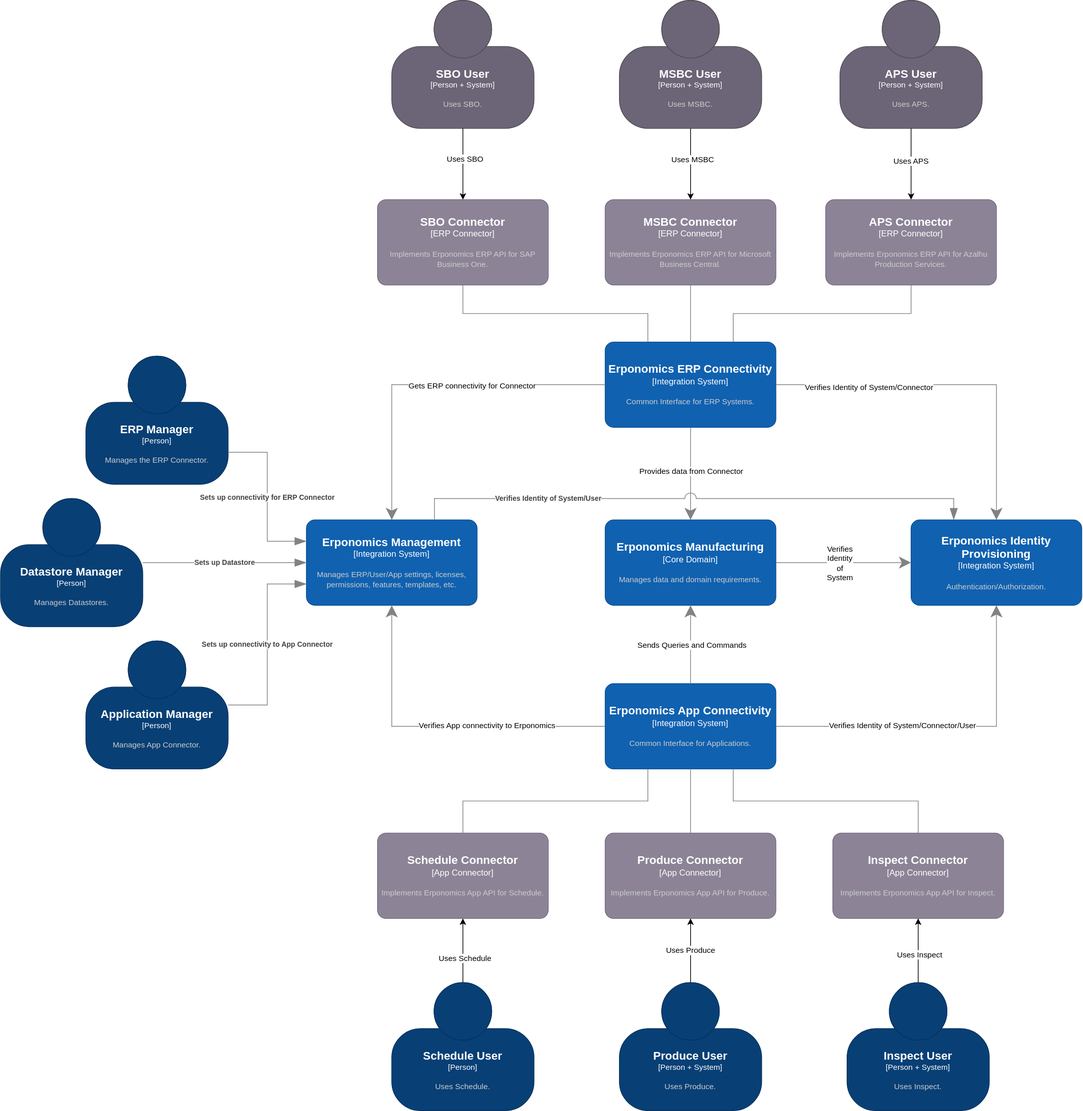
Earlier version of the draw.io export diagrams/erponomics-architecture.drawio.svg (azalhu/erponomics). Source tidied: cells renumbered, new cells last; positions are measured from the earlier drawing's top-left corner, leaving out a move shared by most shapes.
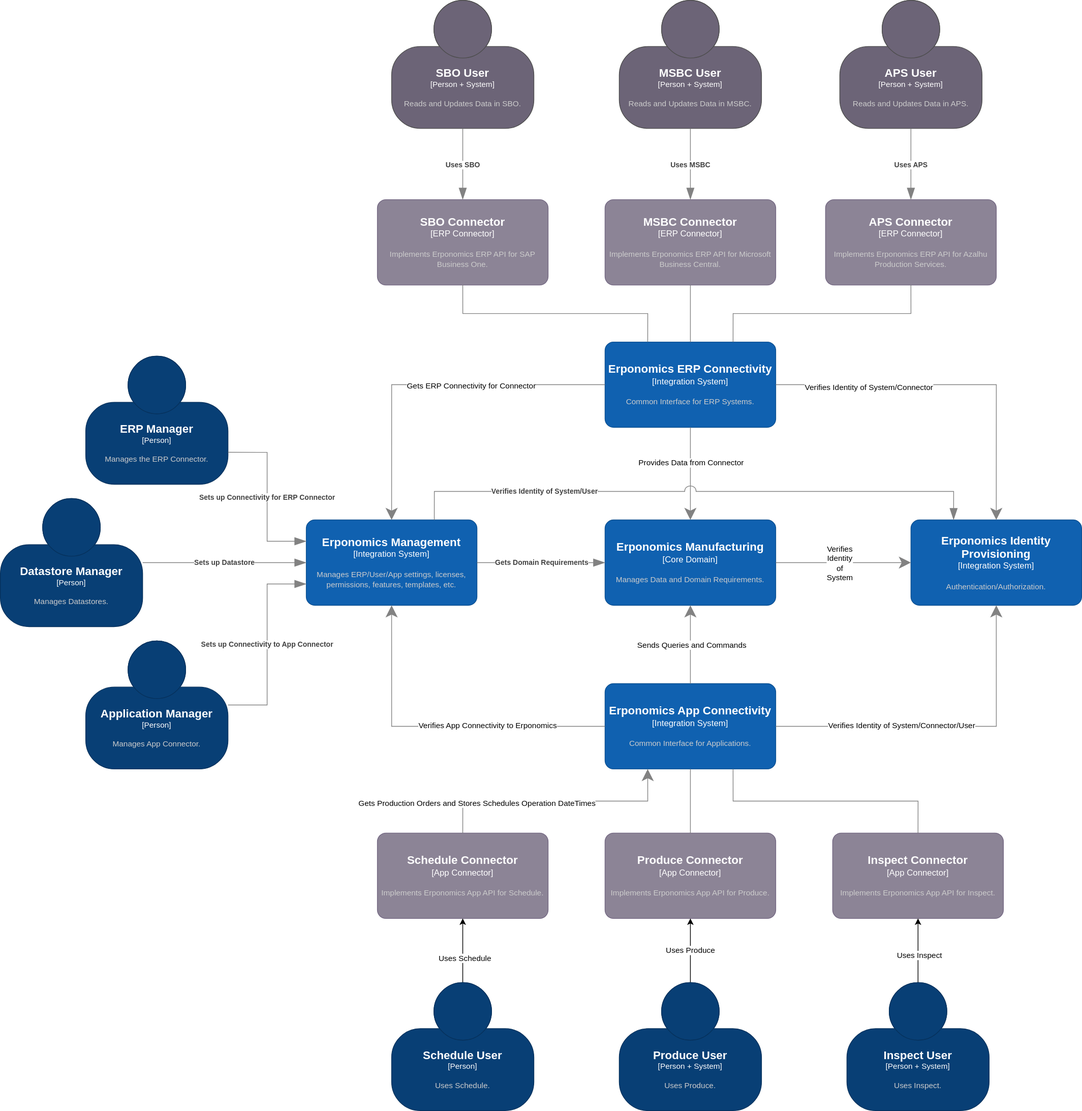
After the commit.

The edit, as a diff of the source:
```diff
@@ -2,7 +2,7 @@
   <root>
     <mxCell id="0" />
     <mxCell id="1" parent="0" />
-    <object id="2" label="&lt;font style=&quot;font-size: 16px&quot;&gt;&lt;b&gt;%c4Name%&lt;/b&gt;&lt;/font&gt;&lt;div&gt;[%c4Type%]&lt;/div&gt;&lt;br&gt;&lt;div&gt;&lt;font style=&quot;font-size: 11px&quot;&gt;&lt;font color=&quot;#cccccc&quot;&gt;%c4Description%&lt;/font&gt;&lt;/div&gt;" c4Description="Manages data and domain requirements." c4Name="Erponomics Manufacturing" c4Type="Core Domain" placeholders="1">
+    <object id="2" label="&lt;font style=&quot;font-size: 16px&quot;&gt;&lt;b&gt;%c4Name%&lt;/b&gt;&lt;/font&gt;&lt;div&gt;[%c4Type%]&lt;/div&gt;&lt;br&gt;&lt;div&gt;&lt;font style=&quot;font-size: 11px&quot;&gt;&lt;font color=&quot;#cccccc&quot;&gt;%c4Description%&lt;/font&gt;&lt;/div&gt;" c4Description="Manages Data and Domain Requirements." c4Name="Erponomics Manufacturing" c4Type="Core Domain" placeholders="1">
       <mxCell style="rounded=1;whiteSpace=wrap;html=1;labelBackgroundColor=none;fillColor=#1061B0;fontColor=#ffffff;align=center;arcSize=10;strokeColor=#0D5091;points=[[0.25,0,0],[0.5,0,0],[0.75,0,0],[1,0.25,0],[1,0.5,0],[1,0.75,0],[0.75,1,0],[0.5,1,0],[0.25,1,0],[0,0.75,0],[0,0.5,0],[0,0.25,0]];" parent="1" vertex="1">
         <mxGeometry x="850" y="730" width="240" height="120" as="geometry" />
       </mxCell>
@@ -77,9 +77,9 @@
         <mxGeometry relative="1" as="geometry" />
       </mxCell>
     </object>
-    <mxCell id="17" value="Provides data from Connector" style="edgeLabel;html=1;align=center;verticalAlign=middle;" parent="16" vertex="1">
+    <mxCell id="17" value="Provides Data from Connector" style="edgeLabel;html=1;align=center;verticalAlign=middle;" parent="16" vertex="1">
       <mxGeometry x="0.09" relative="1" as="geometry">
-        <mxPoint y="-11" as="offset" />
+        <mxPoint y="-21" as="offset" />
       </mxGeometry>
     </mxCell>
     <object id="18" label="" c4Type="Relationship" placeholders="1">
@@ -111,16 +111,21 @@
       </mxCell>
     </object>
     <object id="24" label="" c4Type="Relationship" placeholders="1">
-      <mxCell style="endArrow=none;html=1;fontSize=10;fontColor=#404040;strokeWidth=1;endFill=0;strokeColor=#828282;elbow=vertical;endSize=14;startSize=14;jumpStyle=arc;jumpSize=16;rounded=0;edgeStyle=orthogonalEdgeStyle;entryX=0.5;entryY=0;entryDx=0;entryDy=0;entryPerimeter=0;exitX=0.25;exitY=1;exitDx=0;exitDy=0;exitPerimeter=0;" parent="1" edge="1" source="4" target="10">
+      <mxCell style="endArrow=classic;html=1;fontSize=10;fontColor=#404040;strokeWidth=1;endFill=1;strokeColor=#828282;elbow=vertical;endSize=14;startSize=14;jumpStyle=arc;jumpSize=16;rounded=0;edgeStyle=orthogonalEdgeStyle;entryX=0.25;entryY=1;entryDx=0;entryDy=0;entryPerimeter=0;exitX=0.5;exitY=0;exitDx=0;exitDy=0;exitPerimeter=0;" parent="1" edge="1" source="10" target="4">
         <mxGeometry relative="1" as="geometry" />
       </mxCell>
     </object>
+    <mxCell id="57" value="Gets Production Orders and Stores Schedules Operation DateTimes" style="edgeLabel;html=1;align=center;verticalAlign=middle;" parent="24" vertex="1">
+      <mxGeometry x="0.09" y="-2" relative="1" as="geometry">
+        <mxPoint x="-126" as="offset" />
+      </mxGeometry>
+    </mxCell>
     <object id="25" label="" c4Type="Relationship" placeholders="1">
       <mxCell style="endArrow=classic;html=1;fontSize=10;fontColor=#404040;strokeWidth=1;endFill=1;strokeColor=#828282;elbow=vertical;endSize=14;startSize=14;jumpStyle=arc;jumpSize=16;rounded=0;edgeStyle=orthogonalEdgeStyle;exitX=0;exitY=0.5;exitDx=0;exitDy=0;exitPerimeter=0;entryX=0.5;entryY=1;entryDx=0;entryDy=0;entryPerimeter=0;" parent="1" edge="1" source="4" target="5">
         <mxGeometry relative="1" as="geometry" />
       </mxCell>
     </object>
-    <mxCell id="26" value="Verifies App connectivity to Erponomics" style="edgeLabel;html=1;align=center;verticalAlign=middle;" parent="25" vertex="1">
+    <mxCell id="26" value="Verifies App Connectivity to Erponomics" style="edgeLabel;html=1;align=center;verticalAlign=middle;" parent="25" vertex="1">
       <mxGeometry x="-0.29" y="-2" relative="1" as="geometry" />
     </mxCell>
     <object id="27" label="" c4Type="Relationship" placeholders="1">
@@ -136,7 +141,7 @@
         <mxGeometry relative="1" as="geometry" />
       </mxCell>
     </object>
-    <mxCell id="30" value="Gets ERP connectivity for Connector" style="edgeLabel;html=1;align=center;verticalAlign=middle;" parent="29" vertex="1">
+    <mxCell id="30" value="Gets ERP Connectivity for Connector" style="edgeLabel;html=1;align=center;verticalAlign=middle;" parent="29" vertex="1">
       <mxGeometry x="-0.23" y="1" relative="1" as="geometry" />
     </mxCell>
     <object id="31" label="" c4Type="Relationship" placeholders="1">
@@ -162,39 +167,21 @@
     <mxCell id="37" value="Uses Inspect" style="edgeLabel;html=1;align=center;verticalAlign=middle;" parent="36" vertex="1">
       <mxGeometry x="-0.13" y="-1" relative="1" as="geometry" />
     </mxCell>
-    <object id="38" label="&lt;font style=&quot;font-size: 16px&quot;&gt;&lt;b&gt;%c4Name%&lt;/b&gt;&lt;/font&gt;&lt;div&gt;[%c4Type%]&lt;/div&gt;&lt;br&gt;&lt;div&gt;&lt;font style=&quot;font-size: 11px&quot;&gt;&lt;font color=&quot;#cccccc&quot;&gt;%c4Description%&lt;/font&gt;&lt;/div&gt;" c4Description="Uses SBO." c4Name="SBO User" c4Type="Person + System" placeholders="1">
+    <object id="38" label="&lt;font style=&quot;font-size: 16px&quot;&gt;&lt;b&gt;%c4Name%&lt;/b&gt;&lt;/font&gt;&lt;div&gt;[%c4Type%]&lt;/div&gt;&lt;br&gt;&lt;div&gt;&lt;font style=&quot;font-size: 11px&quot;&gt;&lt;font color=&quot;#cccccc&quot;&gt;%c4Description%&lt;/font&gt;&lt;/div&gt;" c4Description="Reads and Updates Data in SBO." c4Name="SBO User" c4Type="Person + System" placeholders="1">
       <mxCell style="html=1;fontSize=11;dashed=0;whiteSpace=wrap;fillColor=#6C6477;strokeColor=#4D4D4D;fontColor=#ffffff;shape=mxgraph.c4.person2;align=center;points=[[0.5,0,0],[1,0.5,0],[1,0.75,0],[0.75,1,0],[0.5,1,0],[0.25,1,0],[0,0.75,0],[0,0.5,0]];" parent="1" vertex="1">
         <mxGeometry x="550" width="200" height="180" as="geometry" />
       </mxCell>
     </object>
-    <mxCell id="39" style="edgeStyle=orthogonalEdgeStyle;rounded=0;jettySize=auto;html=1;exitX=0.5;exitY=1;exitDx=0;exitDy=0;exitPerimeter=0;entryX=0.5;entryY=0;entryDx=0;entryDy=0;entryPerimeter=0;" parent="1" edge="1" source="38" target="7">
-      <mxGeometry relative="1" as="geometry" />
-    </mxCell>
-    <mxCell id="40" value="Uses SBO" style="edgeLabel;html=1;align=center;verticalAlign=middle;" parent="39" vertex="1">
-      <mxGeometry x="-0.16" y="2" relative="1" as="geometry" />
-    </mxCell>
-    <object id="41" label="&lt;font style=&quot;font-size: 16px&quot;&gt;&lt;b&gt;%c4Name%&lt;/b&gt;&lt;/font&gt;&lt;div&gt;[%c4Type%]&lt;/div&gt;&lt;br&gt;&lt;div&gt;&lt;font style=&quot;font-size: 11px&quot;&gt;&lt;font color=&quot;#cccccc&quot;&gt;%c4Description%&lt;/font&gt;&lt;/div&gt;" c4Description="Uses MSBC." c4Name="MSBC User" c4Type="Person + System" placeholders="1">
+    <object id="41" label="&lt;font style=&quot;font-size: 16px&quot;&gt;&lt;b&gt;%c4Name%&lt;/b&gt;&lt;/font&gt;&lt;div&gt;[%c4Type%]&lt;/div&gt;&lt;br&gt;&lt;div&gt;&lt;font style=&quot;font-size: 11px&quot;&gt;&lt;font color=&quot;#cccccc&quot;&gt;%c4Description%&lt;/font&gt;&lt;/div&gt;" c4Description="Reads and Updates Data in MSBC." c4Name="MSBC User" c4Type="Person + System" placeholders="1">
       <mxCell style="html=1;fontSize=11;dashed=0;whiteSpace=wrap;fillColor=#6C6477;strokeColor=#4D4D4D;fontColor=#ffffff;shape=mxgraph.c4.person2;align=center;points=[[0.5,0,0],[1,0.5,0],[1,0.75,0],[0.75,1,0],[0.5,1,0],[0.25,1,0],[0,0.75,0],[0,0.5,0]];" parent="1" vertex="1">
         <mxGeometry x="870" width="200" height="180" as="geometry" />
       </mxCell>
     </object>
-    <mxCell id="42" style="edgeStyle=orthogonalEdgeStyle;rounded=0;jettySize=auto;html=1;exitX=0.5;exitY=1;exitDx=0;exitDy=0;exitPerimeter=0;entryX=0.5;entryY=0;entryDx=0;entryDy=0;entryPerimeter=0;" parent="1" edge="1" source="41" target="8">
-      <mxGeometry relative="1" as="geometry" />
-    </mxCell>
-    <mxCell id="43" value="Uses MSBC" style="edgeLabel;html=1;align=center;verticalAlign=middle;" parent="42" vertex="1">
-      <mxGeometry x="-0.14" y="2" relative="1" as="geometry" />
-    </mxCell>
-    <object id="44" label="&lt;font style=&quot;font-size: 16px&quot;&gt;&lt;b&gt;%c4Name%&lt;/b&gt;&lt;/font&gt;&lt;div&gt;[%c4Type%]&lt;/div&gt;&lt;br&gt;&lt;div&gt;&lt;font style=&quot;font-size: 11px&quot;&gt;&lt;font color=&quot;#cccccc&quot;&gt;%c4Description%&lt;/font&gt;&lt;/div&gt;" c4Description="Uses APS." c4Name="APS User" c4Type="Person + System" placeholders="1">
+    <object id="44" label="&lt;font style=&quot;font-size: 16px&quot;&gt;&lt;b&gt;%c4Name%&lt;/b&gt;&lt;/font&gt;&lt;div&gt;[%c4Type%]&lt;/div&gt;&lt;br&gt;&lt;div&gt;&lt;font style=&quot;font-size: 11px&quot;&gt;&lt;font color=&quot;#cccccc&quot;&gt;%c4Description%&lt;/font&gt;&lt;/div&gt;" c4Description="Reads and Updates Data in APS." c4Name="APS User" c4Type="Person + System" placeholders="1">
       <mxCell style="html=1;fontSize=11;dashed=0;whiteSpace=wrap;fillColor=#6C6477;strokeColor=#4D4D4D;fontColor=#ffffff;shape=mxgraph.c4.person2;align=center;points=[[0.5,0,0],[1,0.5,0],[1,0.75,0],[0.75,1,0],[0.5,1,0],[0.25,1,0],[0,0.75,0],[0,0.5,0]];" parent="1" vertex="1">
         <mxGeometry x="1180" width="200" height="180" as="geometry" />
       </mxCell>
     </object>
-    <mxCell id="45" style="edgeStyle=orthogonalEdgeStyle;rounded=0;jettySize=auto;html=1;exitX=0.5;exitY=1;exitDx=0;exitDy=0;exitPerimeter=0;entryX=0.5;entryY=0;entryDx=0;entryDy=0;entryPerimeter=0;" parent="1" edge="1" source="44" target="9">
-      <mxGeometry relative="1" as="geometry" />
-    </mxCell>
-    <mxCell id="46" value="Uses APS" style="edgeLabel;html=1;align=center;verticalAlign=middle;" parent="45" vertex="1">
-      <mxGeometry x="-0.12" y="-1" relative="1" as="geometry" />
-    </mxCell>
     <object id="47" label="&lt;font style=&quot;font-size: 16px&quot;&gt;&lt;b&gt;%c4Name%&lt;/b&gt;&lt;/font&gt;&lt;div&gt;[%c4Type%]&lt;/div&gt;&lt;br&gt;&lt;div&gt;&lt;font style=&quot;font-size: 11px&quot;&gt;&lt;font color=&quot;#cccccc&quot;&gt;%c4Description%&lt;/font&gt;&lt;/div&gt;" c4Description="Uses Schedule." c4Name="Schedule User" c4Type="Person" placeholders="1">
       <mxCell style="html=1;fontSize=11;dashed=0;whiteSpace=wrap;fillColor=#083F75;strokeColor=#06315C;fontColor=#ffffff;shape=mxgraph.c4.person2;align=center;points=[[0.5,0,0],[1,0.5,0],[1,0.75,0],[0.75,1,0],[0.5,1,0],[0.25,1,0],[0,0.75,0],[0,0.5,0]];" parent="1" vertex="1">
         <mxGeometry x="550" y="1380" width="200" height="180" as="geometry" />
@@ -229,13 +216,13 @@
       <mxCell style="endArrow=blockThin;html=1;fontSize=10;fontColor=#404040;strokeWidth=1;endFill=1;strokeColor=#828282;elbow=vertical;endSize=14;startSize=14;jumpStyle=arc;jumpSize=16;rounded=0;edgeStyle=orthogonalEdgeStyle;exitX=0.75;exitY=0;exitDx=0;exitDy=0;exitPerimeter=0;entryX=0.25;entryY=0;entryDx=0;entryDy=0;entryPerimeter=0;" parent="1" edge="1" source="5" target="6">
         <mxGeometry x="-0.52" relative="1" as="geometry">
           <Array as="points">
-            <mxPoint x="610" y="700" />
-            <mxPoint x="1340" y="700" />
+            <mxPoint x="610" y="690" />
+            <mxPoint x="1340" y="690" />
           </Array>
         </mxGeometry>
       </mxCell>
     </object>
-    <object id="54" label="&lt;div style=&quot;text-align: left&quot;&gt;&lt;div style=&quot;text-align: center&quot;&gt;&lt;b&gt;%c4Description%&lt;/b&gt;&lt;/div&gt;" c4Description="Sets up connectivity for ERP Connector" c4Type="Relationship" placeholders="1">
+    <object id="54" label="&lt;div style=&quot;text-align: left&quot;&gt;&lt;div style=&quot;text-align: center&quot;&gt;&lt;b&gt;%c4Description%&lt;/b&gt;&lt;/div&gt;" c4Description="Sets up Connectivity for ERP Connector" c4Type="Relationship" placeholders="1">
       <mxCell style="endArrow=blockThin;html=1;fontSize=10;fontColor=#404040;strokeWidth=1;endFill=1;strokeColor=#828282;elbow=vertical;endSize=14;startSize=14;jumpStyle=arc;jumpSize=16;rounded=0;edgeStyle=orthogonalEdgeStyle;exitX=1;exitY=0.75;exitDx=0;exitDy=0;exitPerimeter=0;entryX=0;entryY=0.25;entryDx=0;entryDy=0;entryPerimeter=0;" parent="1" edge="1" source="50" target="5">
         <mxGeometry relative="1" as="geometry" />
       </mxCell>
@@ -245,10 +232,30 @@
         <mxGeometry relative="1" as="geometry" />
       </mxCell>
     </object>
-    <object id="56" label="&lt;div style=&quot;text-align: left&quot;&gt;&lt;div style=&quot;text-align: center&quot;&gt;&lt;b&gt;%c4Description%&lt;/b&gt;&lt;/div&gt;" c4Description="Sets up connectivity to App Connector" c4Type="Relationship" placeholders="1">
+    <object id="56" label="&lt;div style=&quot;text-align: left&quot;&gt;&lt;div style=&quot;text-align: center&quot;&gt;&lt;b&gt;%c4Description%&lt;/b&gt;&lt;/div&gt;" c4Description="Sets up Connectivity to App Connector" c4Type="Relationship" placeholders="1">
       <mxCell style="endArrow=blockThin;html=1;fontSize=10;fontColor=#404040;strokeWidth=1;endFill=1;strokeColor=#828282;elbow=vertical;endSize=14;startSize=14;jumpStyle=arc;jumpSize=16;rounded=0;edgeStyle=orthogonalEdgeStyle;exitX=1;exitY=0.5;exitDx=0;exitDy=0;exitPerimeter=0;entryX=0;entryY=0.75;entryDx=0;entryDy=0;entryPerimeter=0;" parent="1" edge="1" source="51" target="5">
         <mxGeometry relative="1" as="geometry" />
       </mxCell>
     </object>
+    <object id="58" label="&lt;div style=&quot;text-align: left&quot;&gt;&lt;div style=&quot;text-align: center&quot;&gt;&lt;b&gt;%c4Description%&lt;/b&gt;&lt;/div&gt;" c4Description="Gets Domain Requirements" c4Type="Relationship" placeholders="1">
+      <mxCell style="endArrow=blockThin;html=1;fontSize=10;fontColor=#404040;strokeWidth=1;endFill=1;strokeColor=#828282;elbow=vertical;endSize=14;startSize=14;jumpStyle=arc;jumpSize=16;rounded=0;edgeStyle=orthogonalEdgeStyle;exitX=1;exitY=0.5;exitDx=0;exitDy=0;exitPerimeter=0;entryX=0;entryY=0.5;entryDx=0;entryDy=0;entryPerimeter=0;" parent="1" edge="1" source="5" target="2">
+        <mxGeometry relative="1" as="geometry" />
+      </mxCell>
+    </object>
+    <object id="39" label="&lt;div style=&quot;text-align: left&quot;&gt;&lt;div style=&quot;text-align: center&quot;&gt;&lt;b&gt;%c4Description%&lt;/b&gt;&lt;/div&gt;" c4Description="Uses SBO" c4Type="Relationship" placeholders="1">
+      <mxCell style="endArrow=blockThin;html=1;fontSize=10;fontColor=#404040;strokeWidth=1;endFill=1;strokeColor=#828282;elbow=vertical;endSize=14;startSize=14;jumpStyle=arc;jumpSize=16;rounded=0;edgeStyle=orthogonalEdgeStyle;exitX=0.5;exitY=1;exitDx=0;exitDy=0;exitPerimeter=0;entryX=0.5;entryY=0;entryDx=0;entryDy=0;entryPerimeter=0;" parent="1" edge="1" source="38" target="7">
+        <mxGeometry relative="1" as="geometry" />
+      </mxCell>
+    </object>
+    <object id="42" label="&lt;div style=&quot;text-align: left&quot;&gt;&lt;div style=&quot;text-align: center&quot;&gt;&lt;b&gt;%c4Description%&lt;/b&gt;&lt;/div&gt;" c4Description="Uses MSBC" c4Type="Relationship" placeholders="1">
+      <mxCell style="endArrow=blockThin;html=1;fontSize=10;fontColor=#404040;strokeWidth=1;endFill=1;strokeColor=#828282;elbow=vertical;endSize=14;startSize=14;jumpStyle=arc;jumpSize=16;rounded=0;edgeStyle=orthogonalEdgeStyle;exitX=0.5;exitY=1;exitDx=0;exitDy=0;exitPerimeter=0;entryX=0.5;entryY=0;entryDx=0;entryDy=0;entryPerimeter=0;" parent="1" edge="1" source="41" target="8">
+        <mxGeometry relative="1" as="geometry" />
+      </mxCell>
+    </object>
+    <object id="45" label="&lt;div style=&quot;text-align: left&quot;&gt;&lt;div style=&quot;text-align: center&quot;&gt;&lt;b&gt;%c4Description%&lt;/b&gt;&lt;/div&gt;" c4Description="Uses APS" c4Type="Relationship" placeholders="1">
+      <mxCell style="endArrow=blockThin;html=1;fontSize=10;fontColor=#404040;strokeWidth=1;endFill=1;strokeColor=#828282;elbow=vertical;endSize=14;startSize=14;jumpStyle=arc;jumpSize=16;rounded=0;edgeStyle=orthogonalEdgeStyle;exitX=0.5;exitY=1;exitDx=0;exitDy=0;exitPerimeter=0;entryX=0.5;entryY=0;entryDx=0;entryDy=0;entryPerimeter=0;" parent="1" edge="1" source="44" target="9">
+        <mxGeometry relative="1" as="geometry" />
+      </mxCell>
+    </object>
   </root>
 </mxGraphModel>
```
